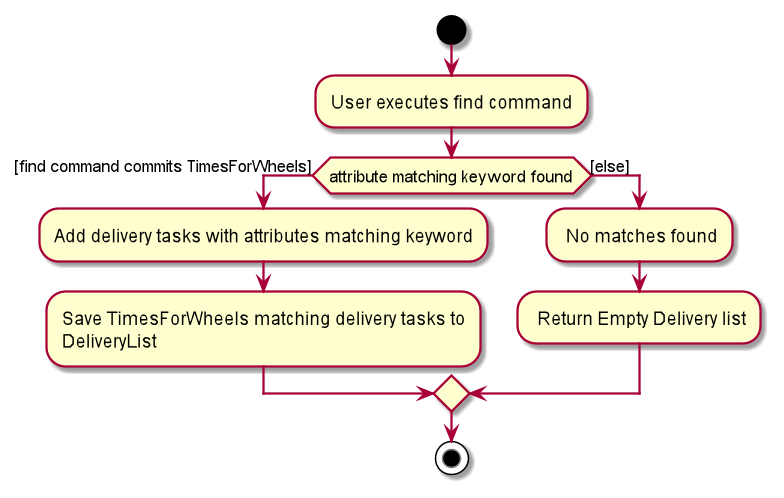
This is docs/images/FindCommandActivityDiagram.png from nus-cs2103-AY2021S2/tp, a PlantUML export, as it was before one commit. Its diagram source:
```plantuml
@startuml
start
:User executes find command;


if (attribute matching keyword found) then ([find command commits TimesForWheels])
    :Add delivery tasks with attributes matching keyword;
    :Save TimesForWheels matching delivery tasks to
    DeliveryList;
else ([else])
    : No matches found;
    : Return Empty Delivery list;
endif
stop
@enduml
```
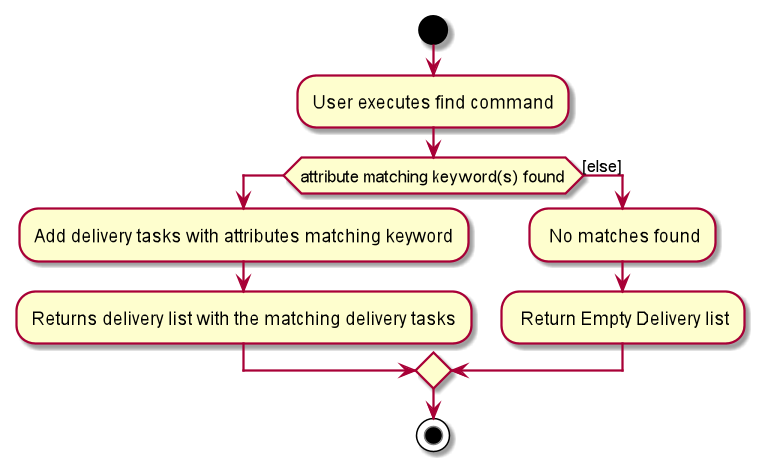
After the commit.

What changed in the source:
```diff
@@ -3,10 +3,9 @@
 :User executes find command;
 
 
-if (attribute matching keyword found) then ([find command commits TimesForWheels])
+if (attribute matching keyword(s) found)
     :Add delivery tasks with attributes matching keyword;
-    :Save TimesForWheels matching delivery tasks to
-    DeliveryList;
+    :Returns delivery list with the matching delivery tasks;
 else ([else])
     : No matches found;
     : Return Empty Delivery list;
```
